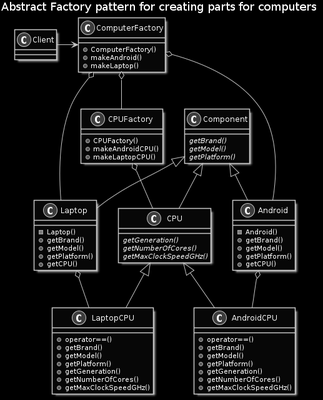
This is DesignPatterns/AbstractFactory/ComputerAbstractFactory.png from FriskySaga/InterviewingPractice, a PlantUML export, as it was before one commit.
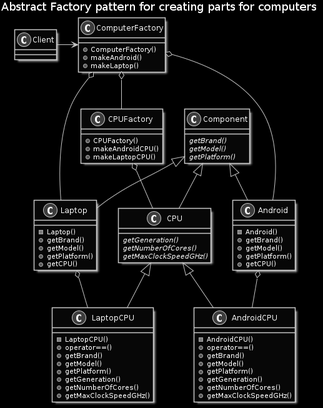
The same file after the commit.

Diff of the diagram source:
```diff
@@ -52,6 +52,7 @@
 
 class AndroidCPU
 {
+  - AndroidCPU()
   + operator==()
   + getBrand()
   + getModel()
@@ -63,6 +64,7 @@
 
 class LaptopCPU
 {
+  - LaptopCPU()
   + operator==()
   + getBrand()
   + getModel()
```
